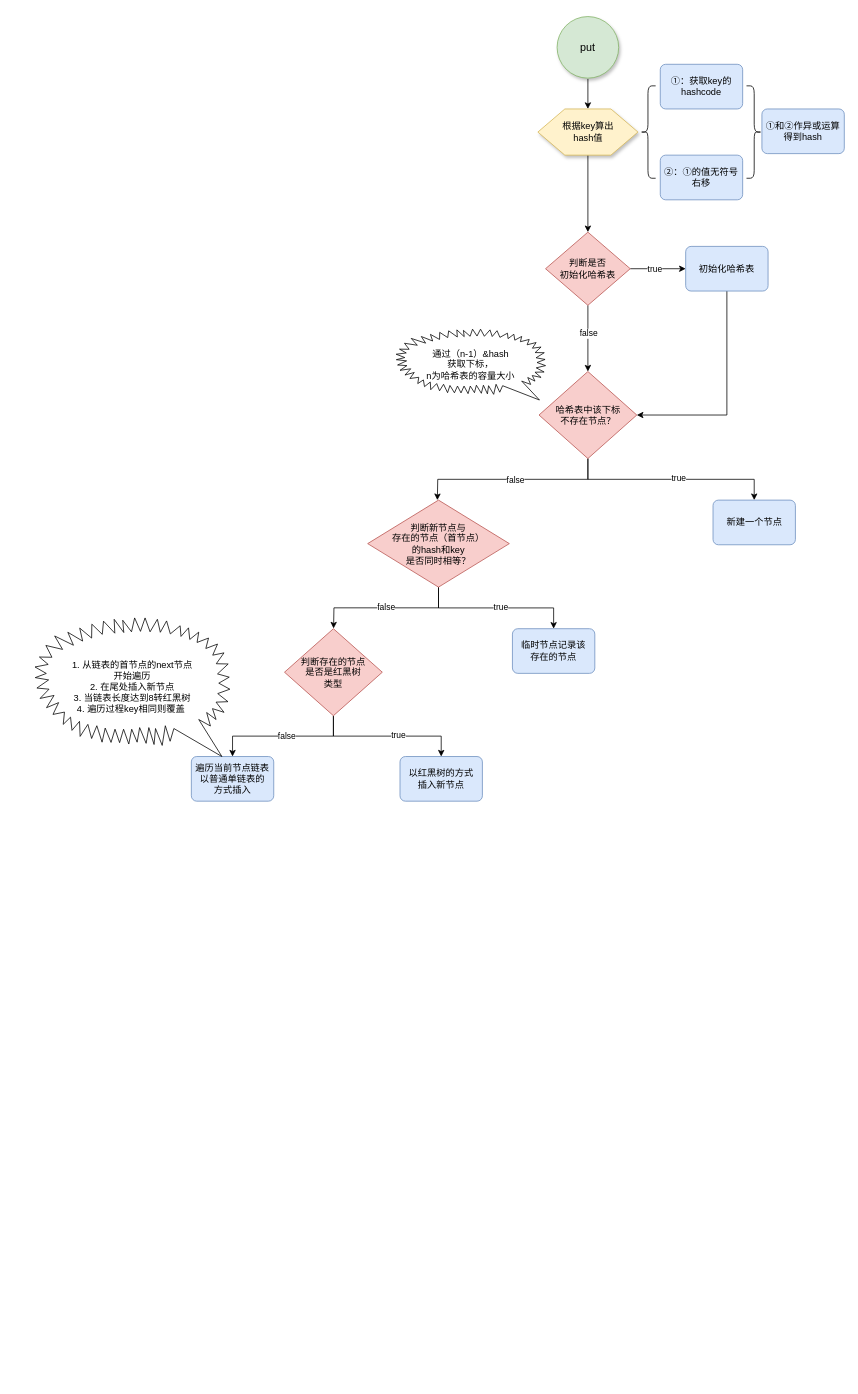
This is typora/JavaSE/6 集合/drawio/HashMap/put过程1.8.drawio from LDChing0321/JavaLearn, a draw.io file, before an edit. Source tidied: cells renumbered, new cells numbered last; positions are measured from the earlier drawing's top-left corner, leaving out a move shared by most shapes. Both pictures are drawn from the tidied source at 77%, with x=0, y=0 at pixel (35, 16).
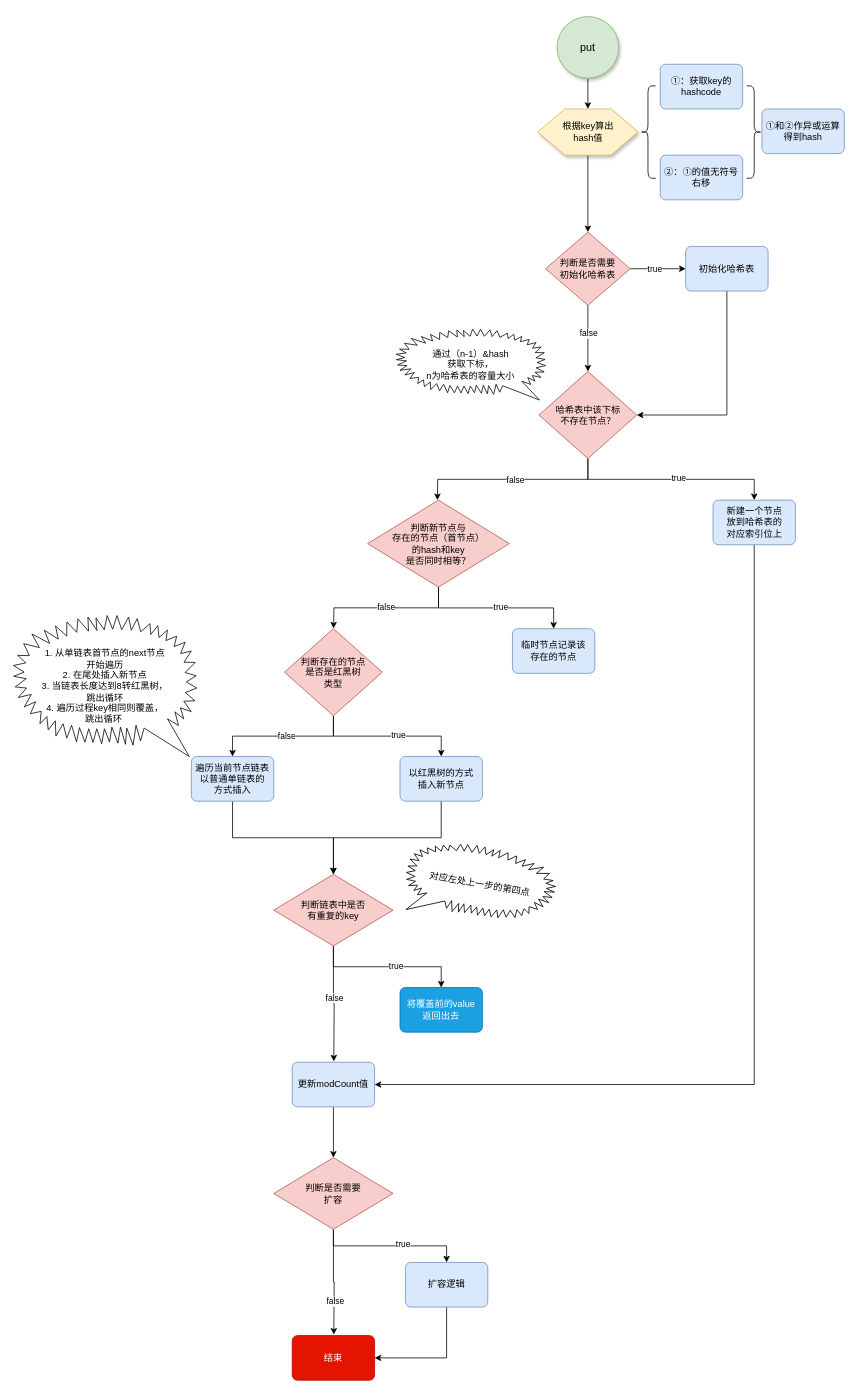
Above is the later version.

Unchanged cells that the change refers to:
```xml
<mxCell id="36" value="以红黑树的方式&lt;br&gt;插入新节点" style="rounded=1;whiteSpace=wrap;html=1;absoluteArcSize=1;arcSize=14;strokeWidth=1;fillColor=#dae8fc;strokeColor=#6c8ebf;" parent="1" vertex="1">
  <mxGeometry x="474" y="961" width="107" height="58" as="geometry" />
</mxCell>
<mxCell id="37" value="遍历当前节点链表&lt;br&gt;以普通单链表的&lt;br&gt;方式插入" style="rounded=1;whiteSpace=wrap;html=1;absoluteArcSize=1;arcSize=14;strokeWidth=1;fillColor=#dae8fc;strokeColor=#6c8ebf;" parent="1" vertex="1">
  <mxGeometry x="203" y="961" width="107" height="58" as="geometry" />
</mxCell>
```

What changed in the source:
```diff
@@
-    <mxCell id="15" value="判断是否&lt;br&gt;初始化哈希表" style="strokeWidth=1;html=1;shape=mxgraph.flowchart.decision;whiteSpace=wrap;fillColor=#f8cecc;strokeColor=#b85450;" parent="1" vertex="1">
+    <mxCell id="15" value="判断是否需要&lt;br&gt;初始化哈希表" style="strokeWidth=1;html=1;shape=mxgraph.flowchart.decision;whiteSpace=wrap;fillColor=#f8cecc;strokeColor=#b85450;" parent="1" vertex="1">
       <mxGeometry x="663" y="280" width="110" height="95" as="geometry" />
     </mxCell>
@@
+    <mxCell id="39" style="edgeStyle=orthogonalEdgeStyle;rounded=0;jettySize=auto;html=1;exitX=0.5;exitY=1;exitDx=0;exitDy=0;entryX=1;entryY=0.5;entryDx=0;entryDy=0;strokeColor=#000000;" parent="1" edge="1" source="24" target="50">
+      <mxGeometry relative="1" as="geometry" />
+    </mxCell>
-    <mxCell id="24" value="新建一个节点" style="rounded=1;whiteSpace=wrap;html=1;absoluteArcSize=1;arcSize=14;strokeWidth=1;fillColor=#dae8fc;strokeColor=#6c8ebf;" parent="1" vertex="1">
+    <mxCell id="24" value="新建一个节点&lt;br&gt;放到哈希表的&lt;br&gt;对应索引位上" style="rounded=1;whiteSpace=wrap;html=1;absoluteArcSize=1;arcSize=14;strokeWidth=1;fillColor=#dae8fc;strokeColor=#6c8ebf;" parent="1" vertex="1">
       <mxGeometry x="880.5" y="628" width="107" height="58" as="geometry" />
     </mxCell>
@@
+    <mxCell id="40" style="edgeStyle=orthogonalEdgeStyle;rounded=0;jettySize=auto;html=1;exitX=0.5;exitY=1;exitDx=0;exitDy=0;entryX=0.5;entryY=0;entryDx=0;entryDy=0;entryPerimeter=0;strokeColor=#000000;" parent="1" edge="1" source="36" target="46">
+      <mxGeometry relative="1" as="geometry" />
+    </mxCell>
@@
+    <mxCell id="41" style="edgeStyle=orthogonalEdgeStyle;rounded=0;jettySize=auto;html=1;exitX=0.5;exitY=1;exitDx=0;exitDy=0;entryX=0.5;entryY=0;entryDx=0;entryDy=0;entryPerimeter=0;strokeColor=#000000;" parent="1" edge="1" source="37" target="46">
+      <mxGeometry relative="1" as="geometry" />
+    </mxCell>
@@
-    <mxCell id="38" value="1. 从链表的首节点的next节点&lt;br&gt;开始遍历&lt;br&gt;2.&amp;nbsp;在尾处插入新节点&lt;br&gt;3.&amp;nbsp;当链表长度达到8转红黑树&lt;br&gt;4.&amp;nbsp;遍历过程key相同则覆盖&amp;nbsp;" style="whiteSpace=wrap;html=1;shape=mxgraph.basic.loud_callout;strokeWidth=1;flipH=1;align=center;" parent="1" vertex="1">
-      <mxGeometry y="781" width="253" height="180" as="geometry" />
+    <mxCell id="38" value="1. 从单链表首节点的next节点&lt;br&gt;开始遍历&lt;br&gt;2.&amp;nbsp;在尾处插入新节点&lt;br&gt;3.&amp;nbsp;当链表长度达到8转红黑树，&lt;br&gt;跳出循环&lt;br&gt;4.&amp;nbsp;遍历过程key相同则覆盖，&lt;br&gt;跳出循环&amp;nbsp;" style="whiteSpace=wrap;html=1;shape=mxgraph.basic.loud_callout;strokeWidth=1;flipH=1;align=center;" parent="1" vertex="1">
+      <mxGeometry x="-28" y="778" width="238" height="183" as="geometry" />
     </mxCell>
+    <mxCell id="42" style="edgeStyle=orthogonalEdgeStyle;rounded=0;jettySize=auto;html=1;exitX=0.5;exitY=1;exitDx=0;exitDy=0;exitPerimeter=0;strokeColor=#000000;" parent="1" edge="1" source="46" target="48">
+      <mxGeometry relative="1" as="geometry" />
+    </mxCell>
+    <mxCell id="43" value="true" style="edgeLabel;html=1;align=center;verticalAlign=middle;" parent="42" vertex="1">
+      <mxGeometry x="0.11" y="1" relative="1" as="geometry" />
+    </mxCell>
+    <mxCell id="44" style="edgeStyle=orthogonalEdgeStyle;rounded=0;jettySize=auto;html=1;exitX=0.5;exitY=1;exitDx=0;exitDy=0;exitPerimeter=0;strokeColor=#000000;" parent="1" edge="1" source="46">
+      <mxGeometry relative="1" as="geometry">
+        <mxPoint x="388" y="1357" as="targetPoint" />
+      </mxGeometry>
+    </mxCell>
+    <mxCell id="45" value="false" style="edgeLabel;html=1;align=center;verticalAlign=middle;" parent="44" vertex="1">
+      <mxGeometry x="0.27" y="2" relative="1" as="geometry">
+        <mxPoint x="-2" y="-28" as="offset" />
+      </mxGeometry>
+    </mxCell>
+    <mxCell id="46" value="判断链表中是否&lt;br&gt;有重复的key" style="strokeWidth=1;html=1;shape=mxgraph.flowchart.decision;whiteSpace=wrap;fillColor=#f8cecc;strokeColor=#b85450;" parent="1" vertex="1">
+      <mxGeometry x="310" y="1114" width="155" height="93" as="geometry" />
+    </mxCell>
+    <mxCell id="47" value="对应左处上一步的第四点" style="whiteSpace=wrap;html=1;shape=mxgraph.basic.loud_callout;strokeWidth=1;flipH=0;rotation=10;" parent="1" vertex="1">
+      <mxGeometry x="481" y="1078" width="194" height="98" as="geometry" />
+    </mxCell>
+    <mxCell id="48" value="将覆盖前的value&lt;br&gt;返回出去" style="rounded=1;whiteSpace=wrap;html=1;absoluteArcSize=1;arcSize=14;strokeWidth=1;fillColor=#1ba1e2;strokeColor=#006EAF;fontColor=#ffffff;" parent="1" vertex="1">
+      <mxGeometry x="474" y="1261" width="107" height="58" as="geometry" />
+    </mxCell>
+    <mxCell id="49" style="edgeStyle=orthogonalEdgeStyle;rounded=0;jettySize=auto;html=1;exitX=0.5;exitY=1;exitDx=0;exitDy=0;entryX=0.5;entryY=0;entryDx=0;entryDy=0;entryPerimeter=0;strokeColor=#000000;" parent="1" edge="1" source="50" target="55">
+      <mxGeometry relative="1" as="geometry" />
+    </mxCell>
+    <mxCell id="50" value="更新modCount值" style="rounded=1;whiteSpace=wrap;html=1;absoluteArcSize=1;arcSize=14;strokeWidth=1;fillColor=#dae8fc;strokeColor=#6c8ebf;" parent="1" vertex="1">
+      <mxGeometry x="334" y="1358" width="107" height="58" as="geometry" />
+    </mxCell>
+    <mxCell id="51" style="edgeStyle=orthogonalEdgeStyle;rounded=0;jettySize=auto;html=1;exitX=0.5;exitY=1;exitDx=0;exitDy=0;exitPerimeter=0;entryX=0.5;entryY=0;entryDx=0;entryDy=0;strokeColor=#000000;" parent="1" edge="1" source="55" target="57">
+      <mxGeometry relative="1" as="geometry" />
+    </mxCell>
+    <mxCell id="52" value="true" style="edgeLabel;html=1;align=center;verticalAlign=middle;" parent="51" vertex="1">
+      <mxGeometry x="0.17" y="2" relative="1" as="geometry" />
+    </mxCell>
+    <mxCell id="53" style="edgeStyle=orthogonalEdgeStyle;rounded=0;jettySize=auto;html=1;exitX=0.5;exitY=1;exitDx=0;exitDy=0;exitPerimeter=0;strokeColor=#000000;" parent="1" edge="1" source="55">
+      <mxGeometry relative="1" as="geometry">
+        <mxPoint x="388" y="1711.8" as="targetPoint" />
+      </mxGeometry>
+    </mxCell>
+    <mxCell id="54" value="false" style="edgeLabel;html=1;align=center;verticalAlign=middle;" parent="53" vertex="1">
+      <mxGeometry x="0.36" y="1" relative="1" as="geometry" />
+    </mxCell>
+    <mxCell id="55" value="判断是否需要&lt;br&gt;扩容" style="strokeWidth=1;html=1;shape=mxgraph.flowchart.decision;whiteSpace=wrap;fillColor=#f8cecc;strokeColor=#b85450;" parent="1" vertex="1">
+      <mxGeometry x="310" y="1482" width="155" height="93" as="geometry" />
+    </mxCell>
+    <mxCell id="56" style="edgeStyle=orthogonalEdgeStyle;rounded=0;jettySize=auto;html=1;exitX=0.5;exitY=1;exitDx=0;exitDy=0;entryX=1;entryY=0.5;entryDx=0;entryDy=0;strokeColor=#000000;" parent="1" edge="1" source="57" target="58">
+      <mxGeometry relative="1" as="geometry" />
+    </mxCell>
+    <mxCell id="57" value="扩容逻辑" style="rounded=1;whiteSpace=wrap;html=1;absoluteArcSize=1;arcSize=14;strokeWidth=1;fillColor=#dae8fc;strokeColor=#6c8ebf;" parent="1" vertex="1">
+      <mxGeometry x="481" y="1618" width="107" height="58" as="geometry" />
+    </mxCell>
+    <mxCell id="58" value="结束" style="rounded=1;whiteSpace=wrap;html=1;absoluteArcSize=1;arcSize=14;strokeWidth=1;fillColor=#e51400;strokeColor=#B20000;fontColor=#ffffff;" parent="1" vertex="1">
+      <mxGeometry x="334" y="1713" width="107" height="58" as="geometry" />
+    </mxCell>
```
